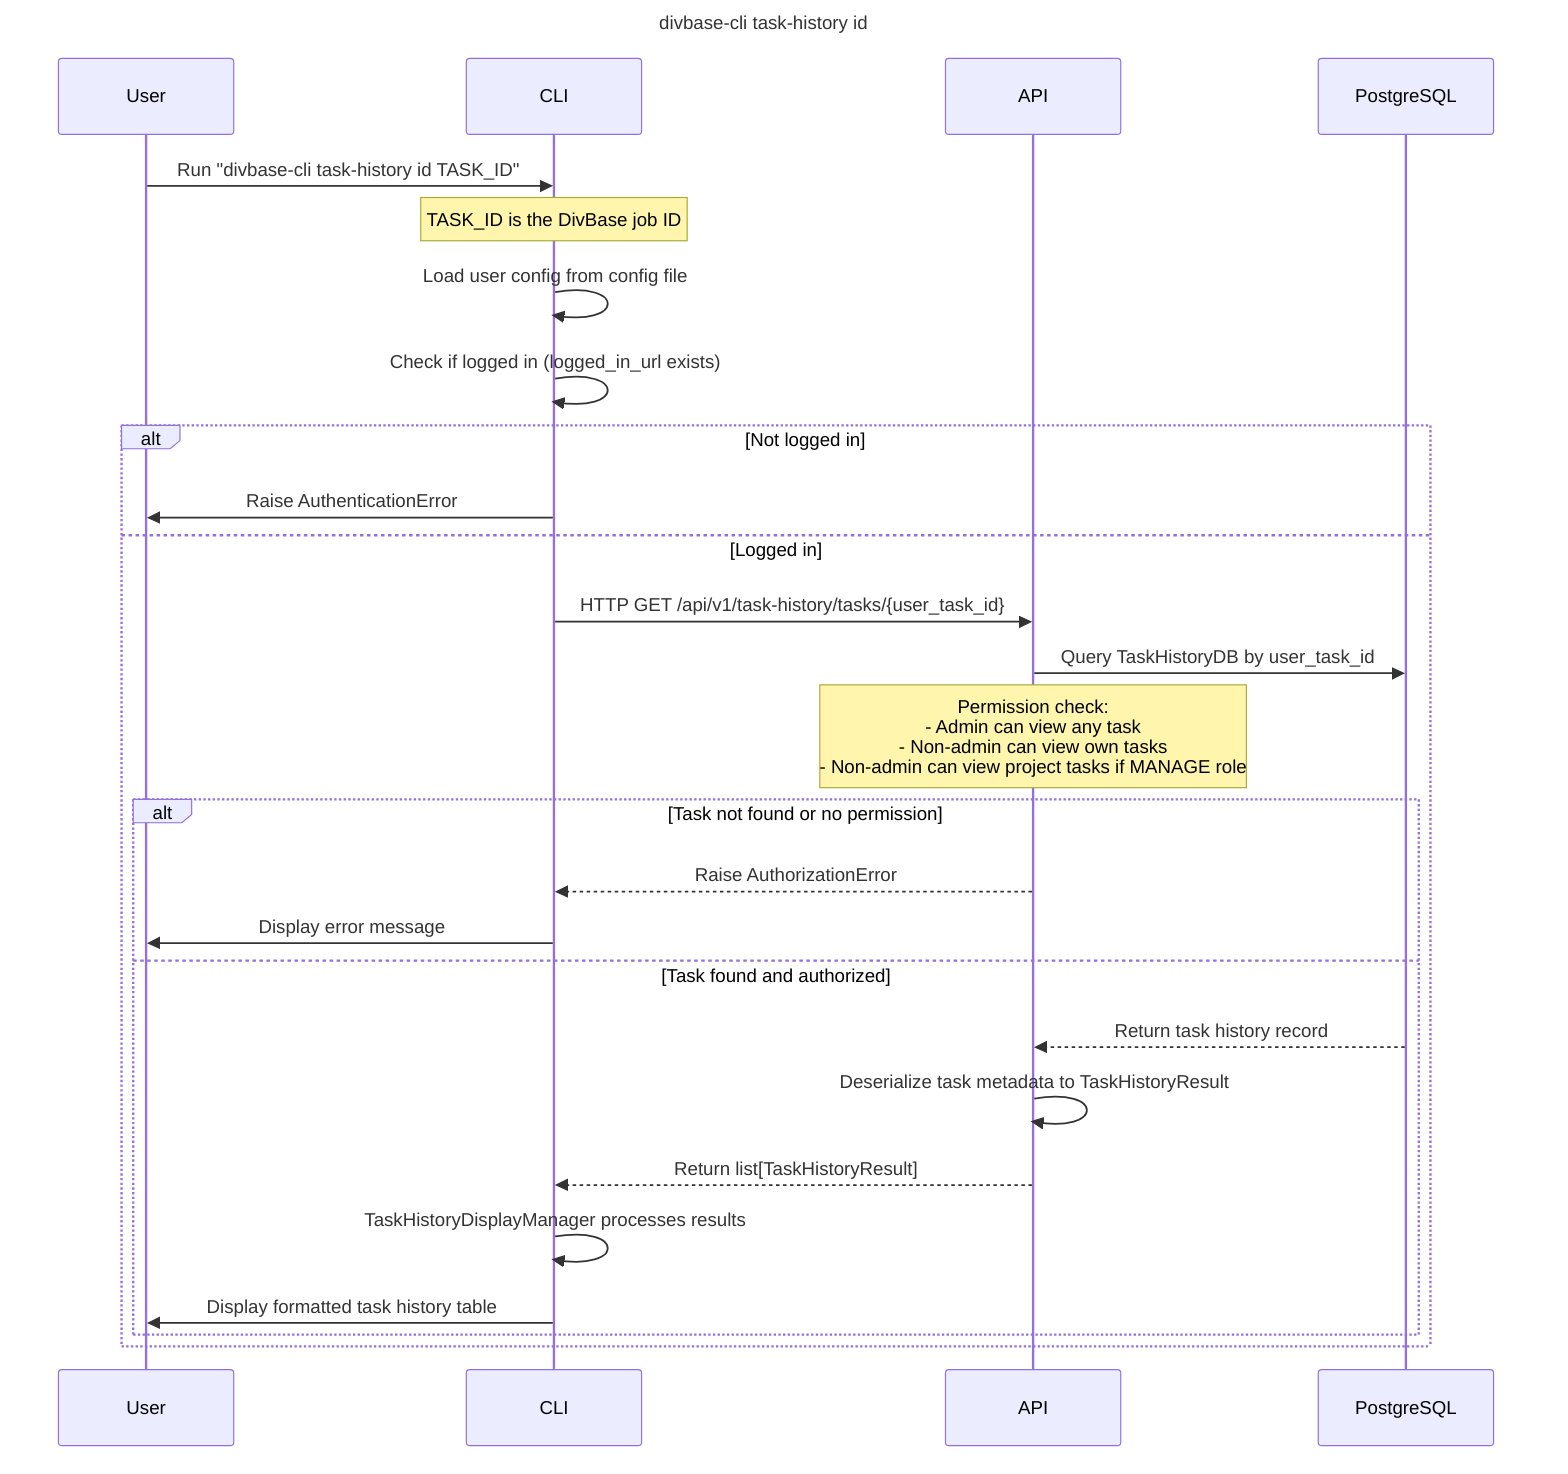
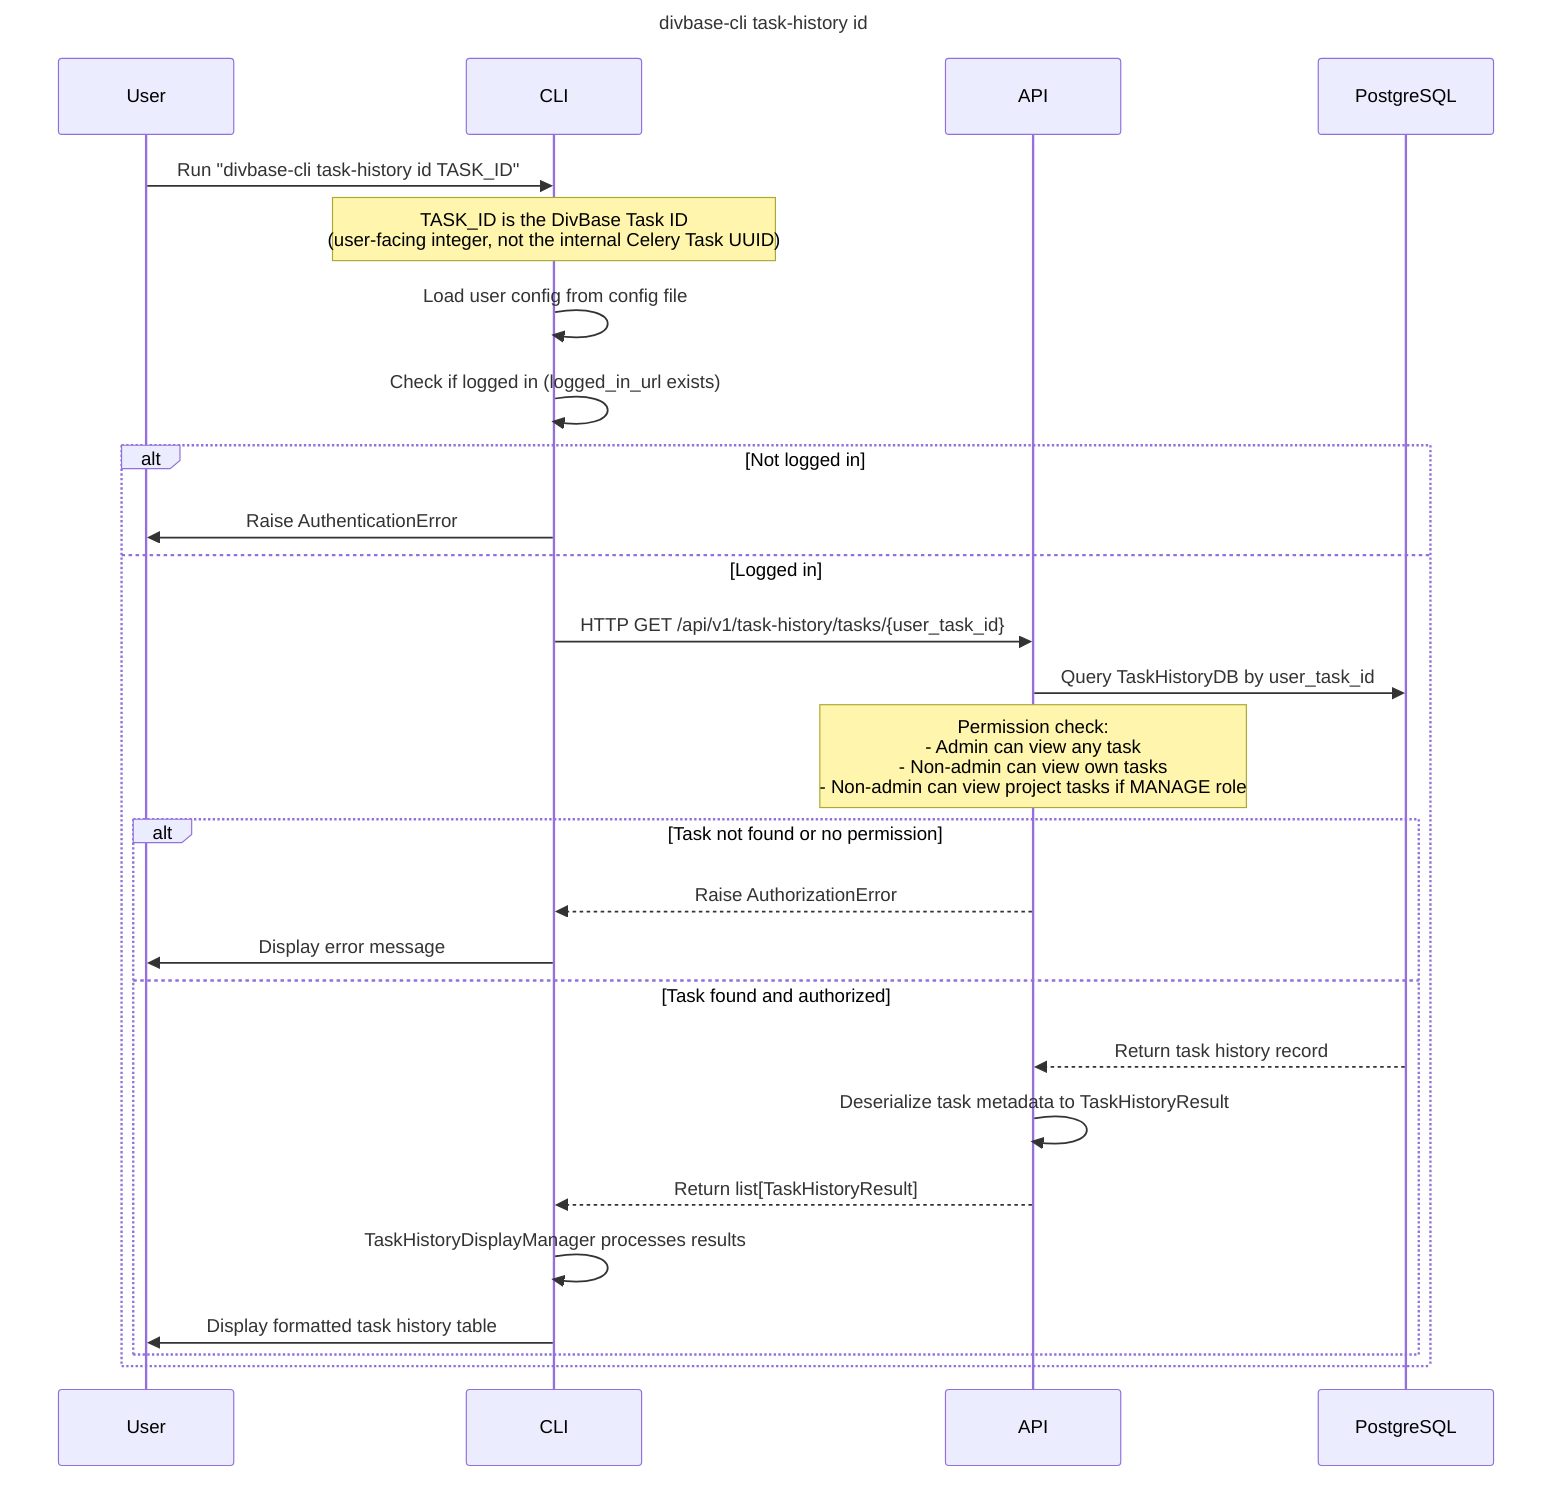
sequenceDiagram
    title divbase-cli task-history id
    participant User
    participant CLI
    participant API
    participant DB as PostgreSQL

    User->>CLI: Run "divbase-cli task-history id TASK_ID"
-     Note over CLI: TASK_ID is the DivBase job ID
+     Note over CLI: TASK_ID is the DivBase Task ID<br/>(user-facing integer, not the internal Celery Task UUID)

    CLI->>CLI: Load user config from config file
    CLI->>CLI: Check if logged in (logged_in_url exists)

    alt Not logged in
        CLI->>User: Raise AuthenticationError
    else Logged in
        CLI->>API: HTTP GET /api/v1/task-history/tasks/{user_task_id}

        API->>DB: Query TaskHistoryDB by user_task_id
        Note over API: Permission check:<br/>- Admin can view any task<br/>- Non-admin can view own tasks<br/>- Non-admin can view project tasks if MANAGE role

        alt Task not found or no permission
            API-->>CLI: Raise AuthorizationError
            CLI->>User: Display error message
        else Task found and authorized
            DB-->>API: Return task history record

            API->>API: Deserialize task metadata to TaskHistoryResult
            API-->>CLI: Return list[TaskHistoryResult]

            CLI->>CLI: TaskHistoryDisplayManager processes results
            CLI->>User: Display formatted task history table
        end
    end

%% Exported to dark theme SVG with:
%% mmdc -i docs/assets/diagrams/task_history_id_sequence_diagram.mermaid \
%%      -o docs/assets/diagrams/task_history_id_sequence_diagram.svg \
%%      -t dark \
%%      --backgroundColor "#22272e"
